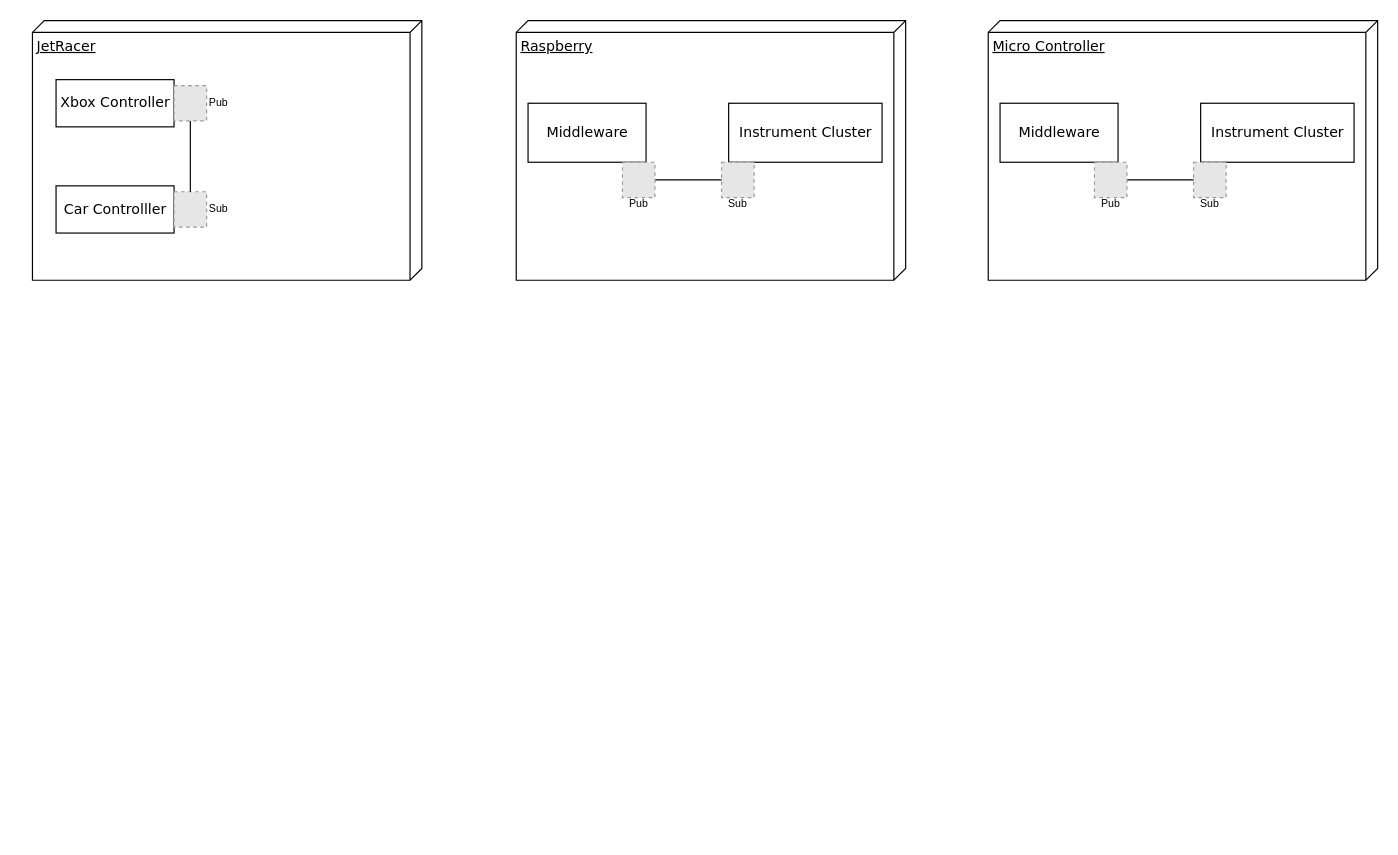
SEAME-pt/Team02-Course keeps this draw.io diagram as doc/diagrams/architecture.drawio. Above is the earlier version. Source tidied: cells renumbered, new cells numbered last; positions are measured from the earlier drawing's top-left corner, leaving out a move shared by most shapes. Both pictures are drawn from the tidied source at 118%, with x=0, y=0 at pixel (32, 20). Pictures stored in the file or linked from it are replaced by grey dashed boxes.
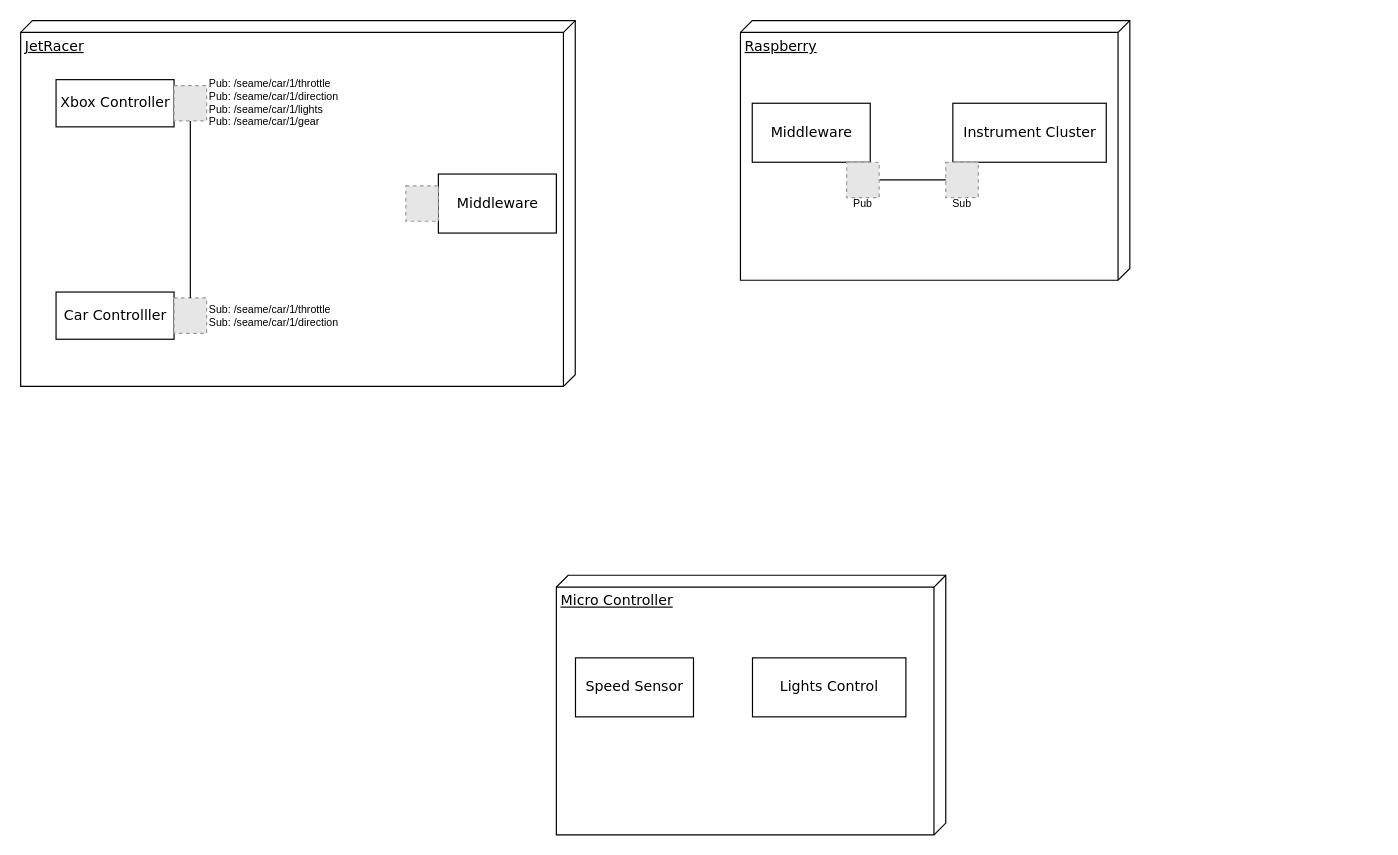
The same page after the edit.

What changed in the source:
```diff
@@
     <mxCell id="2" value="JetRacer&lt;div&gt;&lt;br&gt;&lt;/div&gt;" style="verticalAlign=top;align=left;spacingTop=8;spacingLeft=2;spacingRight=12;shape=cube;size=10;direction=south;fontStyle=4;html=1;rounded=0;shadow=0;comic=0;labelBackgroundColor=none;strokeWidth=1;fontFamily=Verdana;fontSize=12;" parent="1" vertex="1">
-      <mxGeometry width="330" height="220" as="geometry" />
+      <mxGeometry x="-10" width="470" height="310" as="geometry" />
     </mxCell>
     <mxCell id="3" value="Raspberry&lt;div&gt;&lt;br&gt;&lt;/div&gt;" style="verticalAlign=top;align=left;spacingTop=8;spacingLeft=2;spacingRight=12;shape=cube;size=10;direction=south;fontStyle=4;html=1;rounded=0;shadow=0;comic=0;labelBackgroundColor=none;strokeWidth=1;fontFamily=Verdana;fontSize=12;" parent="1" vertex="1">
-      <mxGeometry x="410" width="330" height="220" as="geometry" />
+      <mxGeometry x="600" width="330" height="220" as="geometry" />
     </mxCell>
     <mxCell id="4" value="Car Controlller" style="html=1;rounded=0;shadow=0;comic=0;labelBackgroundColor=none;strokeWidth=1;fontFamily=Verdana;fontSize=12;align=center;" parent="1" vertex="1">
-      <mxGeometry x="20" y="140" width="100" height="40" as="geometry" />
+      <mxGeometry x="20" y="230" width="100" height="40" as="geometry" />
     </mxCell>
     <mxCell id="5" value="Instrument Cluster" style="html=1;rounded=0;shadow=0;comic=0;labelBackgroundColor=none;strokeWidth=1;fontFamily=Verdana;fontSize=12;align=center;" parent="1" vertex="1">
-      <mxGeometry x="590" y="70" width="130" height="50" as="geometry" />
+      <mxGeometry x="780" y="70" width="130" height="50" as="geometry" />
     </mxCell>
     <mxCell id="6" style="fillColor=#E6E6E6;strokeColor=#999999;dashed=1;verticalLabelPosition=bottom;labelBackgroundColor=default;verticalAlign=top;" parent="1" vertex="1">
-      <mxGeometry x="120" y="145" width="27.6" height="30" as="geometry" />
+      <mxGeometry x="120" y="235" width="27.6" height="30" as="geometry" />
     </mxCell>
@@
-    <mxCell id="10" value="Sub" style="text;html=1;align=center;verticalAlign=middle;whiteSpace=wrap;rounded=0;fontSize=9;" parent="1" vertex="1">
-      <mxGeometry x="138.8" y="145" width="37.6" height="30" as="geometry" />
+    <mxCell id="10" value="Sub: /seame/car/1/throttle&lt;div&gt;Sub: /seame/car/1/direction&lt;/div&gt;" style="text;html=1;align=left;verticalAlign=middle;whiteSpace=wrap;rounded=0;fontSize=9;" parent="1" vertex="1">
+      <mxGeometry x="147.6" y="235" width="121.2" height="30" as="geometry" />
     </mxCell>
-    <mxCell id="11" value="Pub" style="text;html=1;align=center;verticalAlign=middle;whiteSpace=wrap;rounded=0;fontSize=9;" parent="1" vertex="1">
-      <mxGeometry x="143.8" y="55" width="27.6" height="30" as="geometry" />
-    </mxCell>
     <mxCell id="12" value="Middleware" style="html=1;rounded=0;shadow=0;comic=0;labelBackgroundColor=none;strokeWidth=1;fontFamily=Verdana;fontSize=12;align=center;" parent="1" vertex="1">
-      <mxGeometry x="420" y="70" width="100" height="50" as="geometry" />
+      <mxGeometry x="610" y="70" width="100" height="50" as="geometry" />
     </mxCell>
     <mxCell id="13" style="fillColor=#E6E6E6;strokeColor=#999999;dashed=1;verticalLabelPosition=bottom;labelBackgroundColor=default;verticalAlign=top;" parent="1" vertex="1">
-      <mxGeometry x="584" y="120" width="27.6" height="30" as="geometry" />
+      <mxGeometry x="774" y="120" width="27.6" height="30" as="geometry" />
     </mxCell>
@@
     <mxCell id="15" style="fillColor=#E6E6E6;strokeColor=#999999;dashed=1;verticalLabelPosition=bottom;labelBackgroundColor=default;verticalAlign=top;" parent="1" vertex="1">
-      <mxGeometry x="500" y="120" width="27.6" height="30" as="geometry" />
+      <mxGeometry x="690" y="120" width="27.6" height="30" as="geometry" />
     </mxCell>
     <mxCell id="16" value="Sub" style="text;html=1;align=center;verticalAlign=middle;whiteSpace=wrap;rounded=0;fontSize=9;" parent="1" vertex="1">
-      <mxGeometry x="567.8" y="140" width="60" height="30" as="geometry" />
+      <mxGeometry x="757.8" y="140" width="60" height="30" as="geometry" />
     </mxCell>
     <mxCell id="17" value="Pub" style="text;html=1;align=center;verticalAlign=middle;whiteSpace=wrap;rounded=0;fontSize=9;" parent="1" vertex="1">
-      <mxGeometry x="483.8" y="140" width="60" height="30" as="geometry" />
+      <mxGeometry x="673.8" y="140" width="60" height="30" as="geometry" />
     </mxCell>
     <mxCell id="18" value="&lt;div&gt;Micro Controller&lt;/div&gt;" style="verticalAlign=top;align=left;spacingTop=8;spacingLeft=2;spacingRight=12;shape=cube;size=10;direction=south;fontStyle=4;html=1;rounded=0;shadow=0;comic=0;labelBackgroundColor=none;strokeWidth=1;fontFamily=Verdana;fontSize=12;" parent="1" vertex="1">
-      <mxGeometry x="810" width="330" height="220" as="geometry" />
+      <mxGeometry x="444" y="470" width="330" height="220" as="geometry" />
     </mxCell>
-    <mxCell id="19" value="Instrument Cluster" style="html=1;rounded=0;shadow=0;comic=0;labelBackgroundColor=none;strokeWidth=1;fontFamily=Verdana;fontSize=12;align=center;" parent="1" vertex="1">
-      <mxGeometry x="990" y="70" width="130" height="50" as="geometry" />
+    <mxCell id="19" value="Lights Control" style="html=1;rounded=0;shadow=0;comic=0;labelBackgroundColor=none;strokeWidth=1;fontFamily=Verdana;fontSize=12;align=center;" parent="1" vertex="1">
+      <mxGeometry x="610.2" y="540" width="130" height="50" as="geometry" />
     </mxCell>
-    <mxCell id="20" value="Middleware" style="html=1;rounded=0;shadow=0;comic=0;labelBackgroundColor=none;strokeWidth=1;fontFamily=Verdana;fontSize=12;align=center;" parent="1" vertex="1">
-      <mxGeometry x="820" y="70" width="100" height="50" as="geometry" />
+    <mxCell id="20" value="Speed Sensor" style="html=1;rounded=0;shadow=0;comic=0;labelBackgroundColor=none;strokeWidth=1;fontFamily=Verdana;fontSize=12;align=center;" parent="1" vertex="1">
+      <mxGeometry x="460.2" y="540" width="100" height="50" as="geometry" />
     </mxCell>
-    <mxCell id="21" style="fillColor=#E6E6E6;strokeColor=#999999;dashed=1;verticalLabelPosition=bottom;labelBackgroundColor=default;verticalAlign=top;" parent="1" vertex="1">
-      <mxGeometry x="984" y="120" width="27.6" height="30" as="geometry" />
-    </mxCell>
-    <mxCell id="22" style="edgeStyle=orthogonalEdgeStyle;rounded=0;jettySize=auto;html=1;entryX=0;entryY=0.5;entryDx=0;entryDy=0;endArrow=none;endFill=0;" parent="1" edge="1" source="23" target="21">
-      <mxGeometry relative="1" as="geometry" />
+    <mxCell id="22" style="edgeStyle=orthogonalEdgeStyle;rounded=0;orthogonalLoop=1;jettySize=auto;html=1;entryX=0;entryY=0.5;entryDx=0;entryDy=0;endArrow=none;endFill=0;" parent="1" edge="1">
+      <mxGeometry relative="1" as="geometry">
+        <mxPoint x="331.4" y="395" as="sourcePoint" />
+      </mxGeometry>
     </mxCell>
-    <mxCell id="23" style="fillColor=#E6E6E6;strokeColor=#999999;dashed=1;verticalLabelPosition=bottom;labelBackgroundColor=default;verticalAlign=top;" parent="1" vertex="1">
-      <mxGeometry x="900" y="120" width="27.6" height="30" as="geometry" />
-    </mxCell>
-    <mxCell id="24" value="Sub" style="text;html=1;align=center;verticalAlign=middle;whiteSpace=wrap;rounded=0;fontSize=9;" parent="1" vertex="1">
-      <mxGeometry x="967.8" y="140" width="60" height="30" as="geometry" />
-    </mxCell>
-    <mxCell id="25" value="Pub" style="text;html=1;align=center;verticalAlign=middle;whiteSpace=wrap;rounded=0;fontSize=9;" parent="1" vertex="1">
-      <mxGeometry x="883.8" y="140" width="60" height="30" as="geometry" />
-    </mxCell>
+    <mxCell id="26" value="Middleware" style="html=1;rounded=0;shadow=0;comic=0;labelBackgroundColor=none;strokeWidth=1;fontFamily=Verdana;fontSize=12;align=center;" parent="1" vertex="1">
+      <mxGeometry x="344" y="130" width="100" height="50" as="geometry" />
+    </mxCell>
+    <mxCell id="27" value="Pub: /seame/car/1/throttle&lt;div&gt;Pub: /seame/car/1/direction&lt;/div&gt;&lt;div&gt;&lt;span style=&quot;background-color: transparent; color: light-dark(rgb(0, 0, 0), rgb(255, 255, 255));&quot;&gt;Pub: /seame/car/1/lights&lt;/span&gt;&lt;/div&gt;&lt;div&gt;Pub: /seame/car/1/gear&lt;/div&gt;" style="text;html=1;align=left;verticalAlign=middle;whiteSpace=wrap;rounded=0;fontSize=9;" parent="1" vertex="1">
+      <mxGeometry x="147.6" y="40" width="121.2" height="60" as="geometry" />
+    </mxCell>
+    <mxCell id="28" style="fillColor=#E6E6E6;strokeColor=#999999;dashed=1;verticalLabelPosition=bottom;labelBackgroundColor=default;verticalAlign=top;" parent="1" vertex="1">
+      <mxGeometry x="316.4" y="140" width="27.6" height="30" as="geometry" />
+    </mxCell>
```
